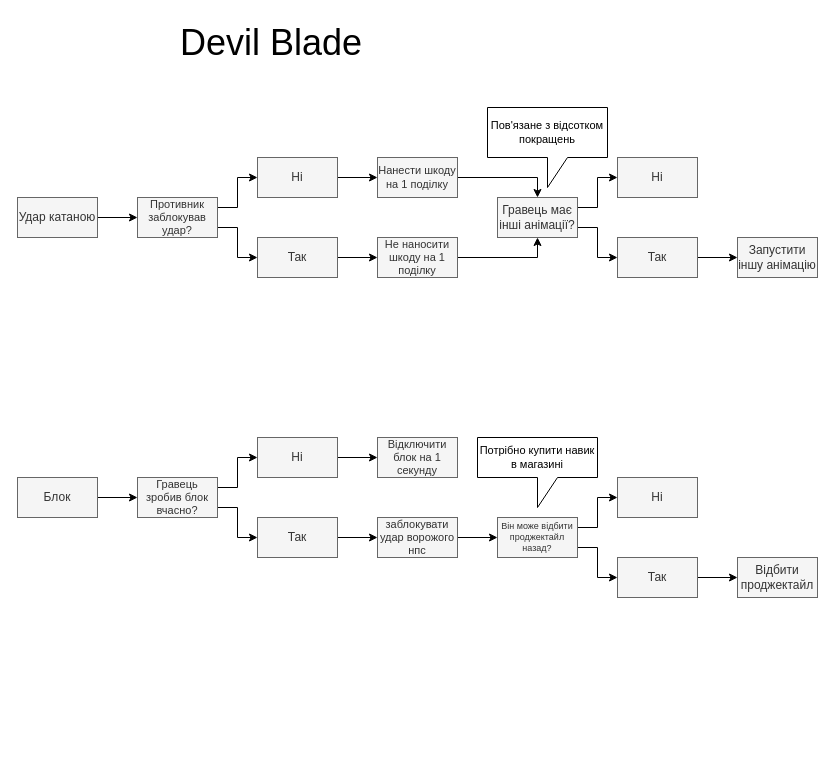
Above: Documents/Devil_Blade_GDD.drawio in Endi00710/Devil_Blade_Documents (draw.io), before the change. Source tidied: cells renumbered, new cells numbered last; positions are measured from the earlier drawing's top-left corner, leaving out a move shared by most shapes. Both pictures are drawn from the tidied source at 100%, with x=0, y=0 at pixel (17, 17).
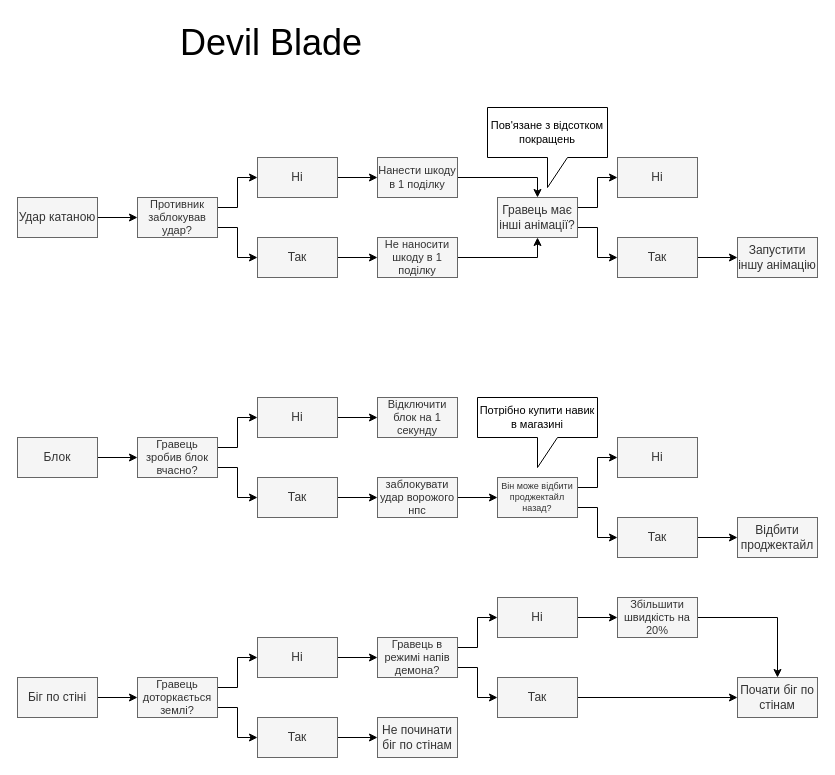
Above is the later version.

Diff of the diagram source:
```diff
@@
-    <mxCell id="13" value="Нанести шкоду на 1 поділку" style="text;html=1;strokeColor=#666666;fillColor=#f5f5f5;align=center;verticalAlign=middle;whiteSpace=wrap;rounded=0;fontColor=#333333;fontSize=11;" parent="1" vertex="1">
+    <mxCell id="13" value="Нанести шкоду в 1 поділку" style="text;html=1;strokeColor=#666666;fillColor=#f5f5f5;align=center;verticalAlign=middle;whiteSpace=wrap;rounded=0;fontColor=#333333;fontSize=11;" parent="1" vertex="1">
       <mxGeometry x="360" y="140" width="80" height="40" as="geometry" />
     </mxCell>
@@
-    <mxCell id="15" value="Не наносити шкоду на 1 поділку" style="text;html=1;strokeColor=#666666;fillColor=#f5f5f5;align=center;verticalAlign=middle;whiteSpace=wrap;rounded=0;fontColor=#333333;fontSize=11;" parent="1" vertex="1">
+    <mxCell id="15" value="Не наносити шкоду в 1 поділку" style="text;html=1;strokeColor=#666666;fillColor=#f5f5f5;align=center;verticalAlign=middle;whiteSpace=wrap;rounded=0;fontColor=#333333;fontSize=11;" parent="1" vertex="1">
       <mxGeometry x="360" y="220" width="80" height="40" as="geometry" />
     </mxCell>
@@
     <mxCell id="23" value="Блок" style="text;html=1;strokeColor=#666666;fillColor=#f5f5f5;align=center;verticalAlign=middle;whiteSpace=wrap;rounded=0;fontColor=#333333;" parent="1" vertex="1">
-      <mxGeometry y="460" width="80" height="40" as="geometry" />
+      <mxGeometry y="420" width="80" height="40" as="geometry" />
     </mxCell>
@@
     <mxCell id="25" value="Ні" style="text;html=1;strokeColor=#666666;fillColor=#f5f5f5;align=center;verticalAlign=middle;whiteSpace=wrap;rounded=0;fontColor=#333333;" parent="1" vertex="1">
-      <mxGeometry x="240" y="420" width="80" height="40" as="geometry" />
+      <mxGeometry x="240" y="380" width="80" height="40" as="geometry" />
     </mxCell>
@@
     <mxCell id="28" value="Гравець зробив блок вчасно? " style="text;html=1;strokeColor=#666666;fillColor=#f5f5f5;align=center;verticalAlign=middle;whiteSpace=wrap;rounded=0;fontColor=#333333;fontSize=11;" parent="1" vertex="1">
-      <mxGeometry x="120" y="460" width="80" height="40" as="geometry" />
+      <mxGeometry x="120" y="420" width="80" height="40" as="geometry" />
     </mxCell>
@@
     <mxCell id="30" value="Так" style="text;html=1;strokeColor=#666666;fillColor=#f5f5f5;align=center;verticalAlign=middle;whiteSpace=wrap;rounded=0;fontColor=#333333;" parent="1" vertex="1">
-      <mxGeometry x="240" y="500" width="80" height="40" as="geometry" />
+      <mxGeometry x="240" y="460" width="80" height="40" as="geometry" />
     </mxCell>
@@
     <mxCell id="32" value="Відключити блок на 1 секунду" style="text;html=1;strokeColor=#666666;fillColor=#f5f5f5;align=center;verticalAlign=middle;whiteSpace=wrap;rounded=0;fontColor=#333333;fontSize=11;" parent="1" vertex="1">
-      <mxGeometry x="360" y="420" width="80" height="40" as="geometry" />
+      <mxGeometry x="360" y="380" width="80" height="40" as="geometry" />
     </mxCell>
@@
     <mxCell id="35" value="Він може відбити проджектайл назад?" style="text;html=1;strokeColor=#666666;fillColor=#f5f5f5;align=center;verticalAlign=middle;whiteSpace=wrap;rounded=0;fontColor=#333333;fontSize=9;" parent="1" vertex="1">
-      <mxGeometry x="480" y="500" width="80" height="40" as="geometry" />
+      <mxGeometry x="480" y="460" width="80" height="40" as="geometry" />
     </mxCell>
     <mxCell id="36" value="Ні" style="text;html=1;strokeColor=#666666;fillColor=#f5f5f5;align=center;verticalAlign=middle;whiteSpace=wrap;rounded=0;fontColor=#333333;fontSize=12;" parent="1" vertex="1">
-      <mxGeometry x="600" y="460" width="80" height="40" as="geometry" />
+      <mxGeometry x="600" y="420" width="80" height="40" as="geometry" />
     </mxCell>
@@
     <mxCell id="38" value="Так" style="text;html=1;strokeColor=#666666;fillColor=#f5f5f5;align=center;verticalAlign=middle;whiteSpace=wrap;rounded=0;fontColor=#333333;fontSize=12;" parent="1" vertex="1">
-      <mxGeometry x="600" y="540" width="80" height="40" as="geometry" />
+      <mxGeometry x="600" y="500" width="80" height="40" as="geometry" />
     </mxCell>
@@
     <mxCell id="40" value="заблокувати удар ворожого нпс" style="text;html=1;strokeColor=#666666;fillColor=#f5f5f5;align=center;verticalAlign=middle;whiteSpace=wrap;rounded=0;fontColor=#333333;fontSize=11;" parent="1" vertex="1">
-      <mxGeometry x="360" y="500" width="80" height="40" as="geometry" />
+      <mxGeometry x="360" y="460" width="80" height="40" as="geometry" />
     </mxCell>
     <mxCell id="41" value="Відбити проджектайл" style="text;html=1;strokeColor=#666666;fillColor=#f5f5f5;align=center;verticalAlign=middle;whiteSpace=wrap;rounded=0;fontColor=#333333;fontSize=12;" parent="1" vertex="1">
-      <mxGeometry x="720" y="540" width="80" height="40" as="geometry" />
+      <mxGeometry x="720" y="500" width="80" height="40" as="geometry" />
     </mxCell>
     <mxCell id="42" value="Потрібно купити навик в магазині" style="shape=callout;whiteSpace=wrap;html=1;perimeter=calloutPerimeter;fontSize=11;rotation=0;position2=0.5;" parent="1" vertex="1">
-      <mxGeometry x="460" y="420" width="120" height="70" as="geometry" />
+      <mxGeometry x="460" y="380" width="120" height="70" as="geometry" />
     </mxCell>
@@
+    <mxCell id="44" style="edgeStyle=orthogonalEdgeStyle;rounded=0;jettySize=auto;html=1;exitX=1;exitY=0.5;exitDx=0;exitDy=0;" parent="1" edge="1" source="45" target="48">
+      <mxGeometry relative="1" as="geometry" />
+    </mxCell>
+    <mxCell id="45" value="Біг по стіні" style="text;html=1;strokeColor=#666666;fillColor=#f5f5f5;align=center;verticalAlign=middle;whiteSpace=wrap;rounded=0;fontColor=#333333;" parent="1" vertex="1">
+      <mxGeometry y="660" width="80" height="40" as="geometry" />
+    </mxCell>
+    <mxCell id="46" style="edgeStyle=orthogonalEdgeStyle;rounded=0;jettySize=auto;html=1;fontSize=11;exitX=1;exitY=0.25;exitDx=0;exitDy=0;" parent="1" edge="1" source="48" target="50">
+      <mxGeometry relative="1" as="geometry">
+        <Array as="points">
+          <mxPoint x="220" y="670" />
+          <mxPoint x="220" y="640" />
+        </Array>
+      </mxGeometry>
+    </mxCell>
+    <mxCell id="47" style="edgeStyle=orthogonalEdgeStyle;rounded=0;jettySize=auto;html=1;exitX=1;exitY=0.75;exitDx=0;exitDy=0;fontSize=12;" parent="1" edge="1" source="48" target="52">
+      <mxGeometry relative="1" as="geometry" />
+    </mxCell>
+    <mxCell id="48" value="Гравець доторкається землі?" style="text;html=1;strokeColor=#666666;fillColor=#f5f5f5;align=center;verticalAlign=middle;whiteSpace=wrap;rounded=0;fontColor=#333333;fontSize=11;" parent="1" vertex="1">
+      <mxGeometry x="120" y="660" width="80" height="40" as="geometry" />
+    </mxCell>
+    <mxCell id="49" style="edgeStyle=orthogonalEdgeStyle;rounded=0;jettySize=auto;html=1;exitX=1;exitY=0.5;exitDx=0;exitDy=0;fontSize=12;" parent="1" edge="1" source="50" target="55">
+      <mxGeometry relative="1" as="geometry" />
+    </mxCell>
+    <mxCell id="50" value="Ні" style="text;html=1;strokeColor=#666666;fillColor=#f5f5f5;align=center;verticalAlign=middle;whiteSpace=wrap;rounded=0;fontColor=#333333;fontSize=12;" parent="1" vertex="1">
+      <mxGeometry x="240" y="620" width="80" height="40" as="geometry" />
+    </mxCell>
+    <mxCell id="51" style="edgeStyle=orthogonalEdgeStyle;rounded=0;jettySize=auto;html=1;exitX=1;exitY=0.5;exitDx=0;exitDy=0;fontSize=12;" parent="1" edge="1" source="52" target="60">
+      <mxGeometry relative="1" as="geometry" />
+    </mxCell>
+    <mxCell id="52" value="Так" style="text;html=1;strokeColor=#666666;fillColor=#f5f5f5;align=center;verticalAlign=middle;whiteSpace=wrap;rounded=0;fontColor=#333333;fontSize=12;" parent="1" vertex="1">
+      <mxGeometry x="240" y="700" width="80" height="40" as="geometry" />
+    </mxCell>
+    <mxCell id="53" style="edgeStyle=orthogonalEdgeStyle;rounded=0;jettySize=auto;html=1;exitX=1;exitY=0.5;exitDx=0;exitDy=0;fontSize=11;" parent="1" edge="1" source="55" target="57">
+      <mxGeometry relative="1" as="geometry">
+        <Array as="points">
+          <mxPoint x="440" y="630" />
+          <mxPoint x="460" y="630" />
+          <mxPoint x="460" y="600" />
+        </Array>
+      </mxGeometry>
+    </mxCell>
+    <mxCell id="54" style="edgeStyle=orthogonalEdgeStyle;rounded=0;jettySize=auto;html=1;exitX=1;exitY=0.75;exitDx=0;exitDy=0;fontSize=11;" parent="1" edge="1" source="55" target="59">
+      <mxGeometry relative="1" as="geometry" />
+    </mxCell>
+    <mxCell id="55" value="Гравець в режимі напів демона?" style="text;html=1;strokeColor=#666666;fillColor=#f5f5f5;align=center;verticalAlign=middle;whiteSpace=wrap;rounded=0;fontColor=#333333;fontSize=11;" parent="1" vertex="1">
+      <mxGeometry x="360" y="620" width="80" height="40" as="geometry" />
+    </mxCell>
+    <mxCell id="56" style="edgeStyle=orthogonalEdgeStyle;rounded=0;jettySize=auto;html=1;exitX=1;exitY=0.5;exitDx=0;exitDy=0;fontSize=12;" parent="1" edge="1" source="57" target="62">
+      <mxGeometry relative="1" as="geometry" />
+    </mxCell>
+    <mxCell id="57" value="Ні" style="text;html=1;strokeColor=#666666;fillColor=#f5f5f5;align=center;verticalAlign=middle;whiteSpace=wrap;rounded=0;fontColor=#333333;fontSize=12;" parent="1" vertex="1">
+      <mxGeometry x="480" y="580" width="80" height="40" as="geometry" />
+    </mxCell>
+    <mxCell id="58" style="edgeStyle=orthogonalEdgeStyle;rounded=0;jettySize=auto;html=1;exitX=1;exitY=0.5;exitDx=0;exitDy=0;fontSize=11;" parent="1" edge="1" source="59" target="63">
+      <mxGeometry relative="1" as="geometry" />
+    </mxCell>
+    <mxCell id="59" value="Так" style="text;html=1;strokeColor=#666666;fillColor=#f5f5f5;align=center;verticalAlign=middle;whiteSpace=wrap;rounded=0;fontColor=#333333;fontSize=12;" parent="1" vertex="1">
+      <mxGeometry x="480" y="660" width="80" height="40" as="geometry" />
+    </mxCell>
+    <mxCell id="60" value="Не починати біг по стінам" style="text;html=1;strokeColor=#666666;fillColor=#f5f5f5;align=center;verticalAlign=middle;whiteSpace=wrap;rounded=0;fontColor=#333333;fontSize=12;" parent="1" vertex="1">
+      <mxGeometry x="360" y="700" width="80" height="40" as="geometry" />
+    </mxCell>
+    <mxCell id="61" style="edgeStyle=orthogonalEdgeStyle;rounded=0;jettySize=auto;html=1;exitX=1;exitY=0.5;exitDx=0;exitDy=0;entryX=0.5;entryY=0;entryDx=0;entryDy=0;fontSize=11;" parent="1" edge="1" source="62" target="63">
+      <mxGeometry relative="1" as="geometry" />
+    </mxCell>
+    <mxCell id="62" value="Збільшити швидкість на 20%" style="text;html=1;strokeColor=#666666;fillColor=#f5f5f5;align=center;verticalAlign=middle;whiteSpace=wrap;rounded=0;fontColor=#333333;fontSize=11;" parent="1" vertex="1">
+      <mxGeometry x="600" y="580" width="80" height="40" as="geometry" />
+    </mxCell>
+    <mxCell id="63" value="Почати біг по стінам" style="text;html=1;strokeColor=#666666;fillColor=#f5f5f5;align=center;verticalAlign=middle;whiteSpace=wrap;rounded=0;fontColor=#333333;fontSize=12;" parent="1" vertex="1">
+      <mxGeometry x="720" y="660" width="80" height="40" as="geometry" />
+    </mxCell>
```
